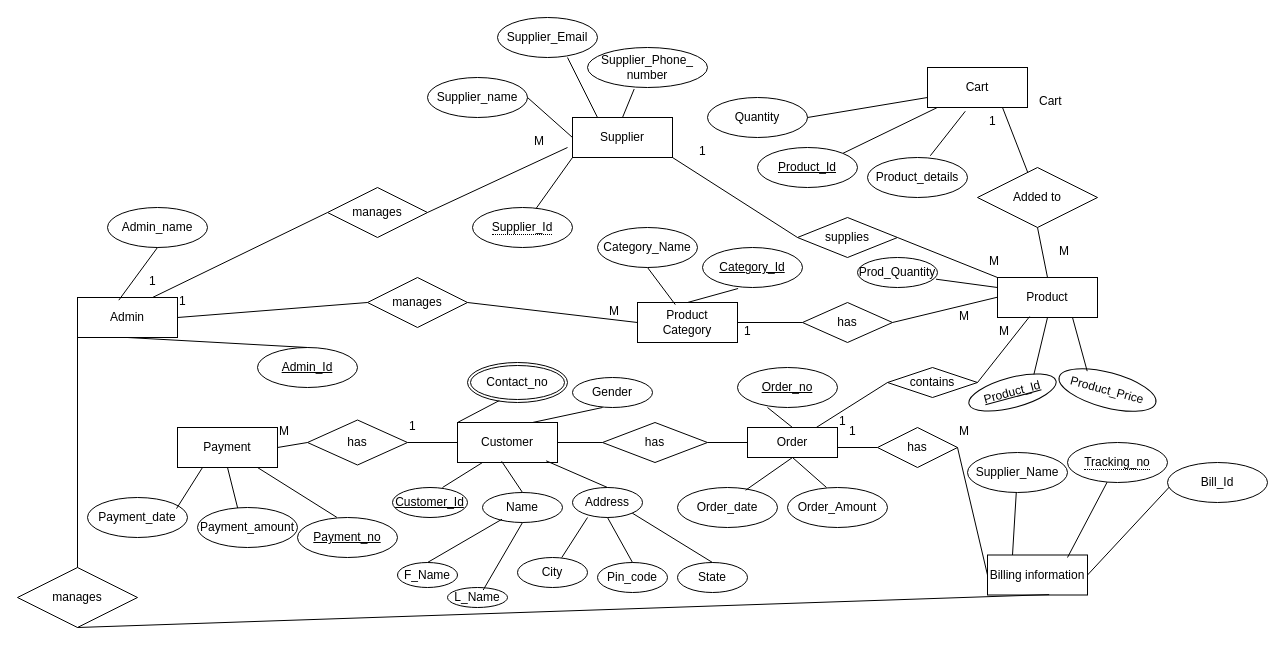
This is Untitled Diagram.drawio from GitFather47/SmartKroy-Online-Shopping-App, a draw.io file, before an edit. Source tidied: cells renumbered, new cells numbered last; positions are measured from the earlier drawing's top-left corner, leaving out a move shared by most shapes. Both pictures are drawn from the tidied source at 100%, with x=0, y=0 at pixel (17, 17).
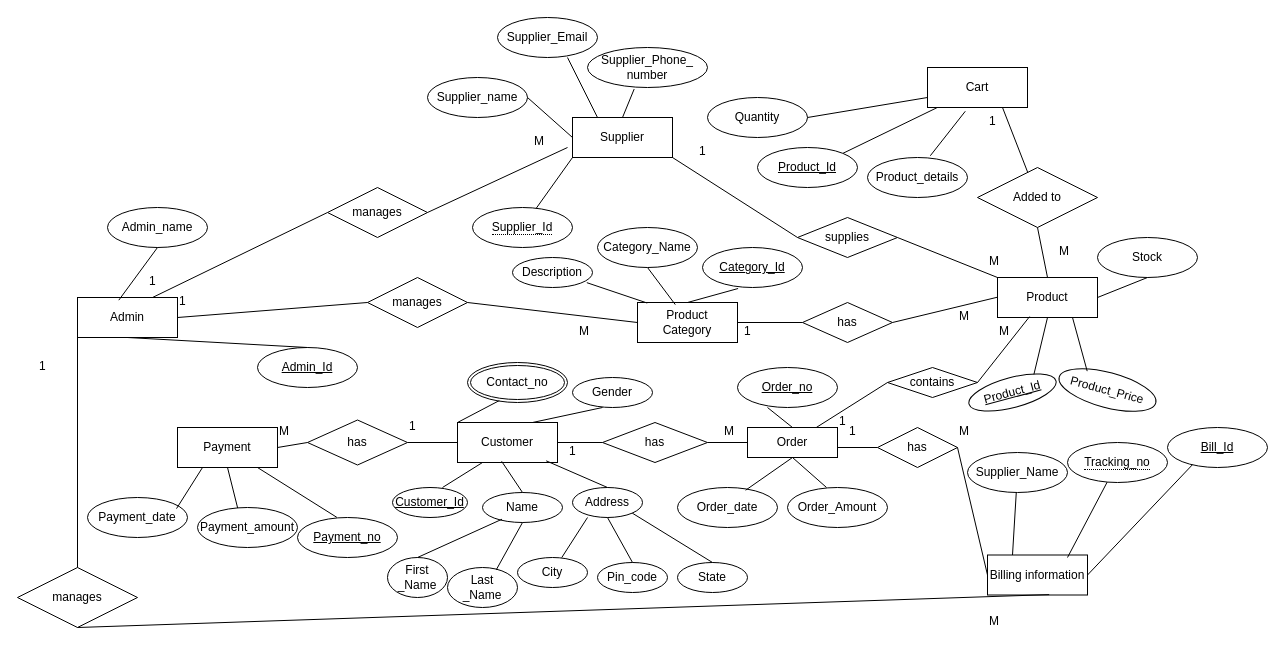
The same diagram, later.

Unchanged cells that the change refers to:
```xml
<mxCell id="14" value="Product" style="whiteSpace=wrap;html=1;align=center;" parent="1" vertex="1">
  <mxGeometry x="980" y="260" width="100" height="40" as="geometry" />
</mxCell>
<mxCell id="32" value="Product&lt;div&gt;Category&lt;/div&gt;" style="whiteSpace=wrap;html=1;align=center;" parent="1" vertex="1">
  <mxGeometry x="620" y="285" width="100" height="40" as="geometry" />
</mxCell>
<mxCell id="46" value="Billing information" style="whiteSpace=wrap;html=1;align=center;" parent="1" vertex="1">
  <mxGeometry x="970" y="537.5" width="100" height="40" as="geometry" />
</mxCell>
<mxCell id="80" value="Name" style="ellipse;whiteSpace=wrap;html=1;align=center;" parent="1" vertex="1">
  <mxGeometry x="465" y="475" width="80" height="30" as="geometry" />
</mxCell>
```

Diff of the diagram source:
```diff
@@
-    <mxCell id="7" value="Cart" style="text;whiteSpace=wrap;html=1;" parent="1" vertex="1">
-      <mxGeometry x="1020" y="70" width="60" height="40" as="geometry" />
-    </mxCell>
@@
-    <mxCell id="35" value="Prod_Quantity" style="ellipse;whiteSpace=wrap;html=1;align=center;" parent="1" vertex="1">
-      <mxGeometry x="840" y="240" width="80" height="30" as="geometry" />
-    </mxCell>
-    <mxCell id="36" style="endArrow=none;html=1;rounded=0;exitX=0.981;exitY=0.723;exitDx=0;exitDy=0;exitPerimeter=0;" parent="1" edge="1" source="35">
-      <mxGeometry relative="1" as="geometry">
-        <mxPoint x="980" y="270" as="targetPoint" />
-      </mxGeometry>
-    </mxCell>
@@
-    <mxCell id="91" value="F_Name" style="ellipse;whiteSpace=wrap;html=1;align=center;" parent="1" vertex="1">
-      <mxGeometry x="380" y="545" width="60" height="25" as="geometry" />
+    <mxCell id="91" value="First&lt;div&gt;_Name&lt;/div&gt;" style="ellipse;whiteSpace=wrap;html=1;align=center;" parent="1" vertex="1">
+      <mxGeometry x="370" y="540" width="60" height="40" as="geometry" />
     </mxCell>
-    <mxCell id="92" value="L_Name" style="ellipse;whiteSpace=wrap;html=1;align=center;" parent="1" vertex="1">
-      <mxGeometry x="430" y="570" width="60" height="20" as="geometry" />
+    <mxCell id="92" value="Last&lt;div&gt;_Name&lt;/div&gt;" style="ellipse;whiteSpace=wrap;html=1;align=center;" parent="1" vertex="1">
+      <mxGeometry x="430" y="550" width="70" height="40" as="geometry" />
     </mxCell>
@@
-    <mxCell id="94" style="endArrow=none;html=1;rounded=0;exitX=0.595;exitY=0.125;exitDx=0;exitDy=0;exitPerimeter=0;entryX=0.5;entryY=1;entryDx=0;entryDy=0;" parent="1" edge="1" source="92" target="80">
+    <mxCell id="94" style="endArrow=none;html=1;rounded=0;exitX=0.696;exitY=0.059;exitDx=0;exitDy=0;exitPerimeter=0;entryX=0.5;entryY=1;entryDx=0;entryDy=0;" parent="1" edge="1" source="92" target="80">
       <mxGeometry relative="1" as="geometry" />
     </mxCell>
@@
     <mxCell id="106" value="M" style="text;whiteSpace=wrap;html=1;" parent="1" vertex="1">
-      <mxGeometry x="590" y="280" width="60" height="40" as="geometry" />
+      <mxGeometry x="560" y="300" width="60" height="40" as="geometry" />
     </mxCell>
@@
-    <mxCell id="118" style="endArrow=none;html=1;rounded=0;entryX=1;entryY=0.5;entryDx=0;entryDy=0;" parent="1" edge="1" target="46">
-      <mxGeometry relative="1" as="geometry">
-        <mxPoint x="1170" y="450" as="sourcePoint" />
-      </mxGeometry>
+    <mxCell id="118" style="endArrow=none;html=1;rounded=0;entryX=1;entryY=0.5;entryDx=0;entryDy=0;exitX=0.26;exitY=0.903;exitDx=0;exitDy=0;exitPerimeter=0;" parent="1" edge="1" source="119" target="46">
+      <mxGeometry relative="1" as="geometry" />
     </mxCell>
-    <mxCell id="119" value="Bill_Id" style="ellipse;whiteSpace=wrap;html=1;align=center;" parent="1" vertex="1">
-      <mxGeometry x="1150" y="445" width="100" height="40" as="geometry" />
-    </mxCell>
@@
+    <mxCell id="124" value="1" style="text;whiteSpace=wrap;html=1;" parent="1" vertex="1">
+      <mxGeometry x="20" y="335" width="40" height="30" as="geometry" />
+    </mxCell>
+    <mxCell id="125" value="M" style="text;whiteSpace=wrap;html=1;" parent="1" vertex="1">
+      <mxGeometry x="970" y="590" width="60" height="40" as="geometry" />
+    </mxCell>
+    <mxCell id="126" value="Stock" style="ellipse;whiteSpace=wrap;html=1;align=center;" parent="1" vertex="1">
+      <mxGeometry x="1080" y="220" width="100" height="40" as="geometry" />
+    </mxCell>
+    <mxCell id="127" style="endArrow=none;html=1;rounded=0;exitX=0.5;exitY=1;exitDx=0;exitDy=0;entryX=1;entryY=0.5;entryDx=0;entryDy=0;" parent="1" edge="1" source="126" target="14">
+      <mxGeometry relative="1" as="geometry" />
+    </mxCell>
+    <mxCell id="128" value="M" style="text;whiteSpace=wrap;html=1;" parent="1" vertex="1">
+      <mxGeometry x="705" y="400" width="60" height="40" as="geometry" />
+    </mxCell>
+    <mxCell id="129" value="1" style="text;whiteSpace=wrap;html=1;" parent="1" vertex="1">
+      <mxGeometry x="550" y="420" width="60" height="40" as="geometry" />
+    </mxCell>
+    <mxCell id="119" value="Bill_Id" style="ellipse;whiteSpace=wrap;html=1;align=center;fontStyle=4;" parent="1" vertex="1">
+      <mxGeometry x="1150" y="410" width="100" height="40" as="geometry" />
+    </mxCell>
+    <mxCell id="130" value="Description" style="ellipse;whiteSpace=wrap;html=1;align=center;" parent="1" vertex="1">
+      <mxGeometry x="495" y="240" width="80" height="30" as="geometry" />
+    </mxCell>
+    <mxCell id="131" style="endArrow=none;html=1;rounded=0;exitX=0.929;exitY=0.839;exitDx=0;exitDy=0;exitPerimeter=0;entryX=0.097;entryY=0.013;entryDx=0;entryDy=0;entryPerimeter=0;" parent="1" edge="1" source="130" target="32">
+      <mxGeometry relative="1" as="geometry" />
+    </mxCell>
```
